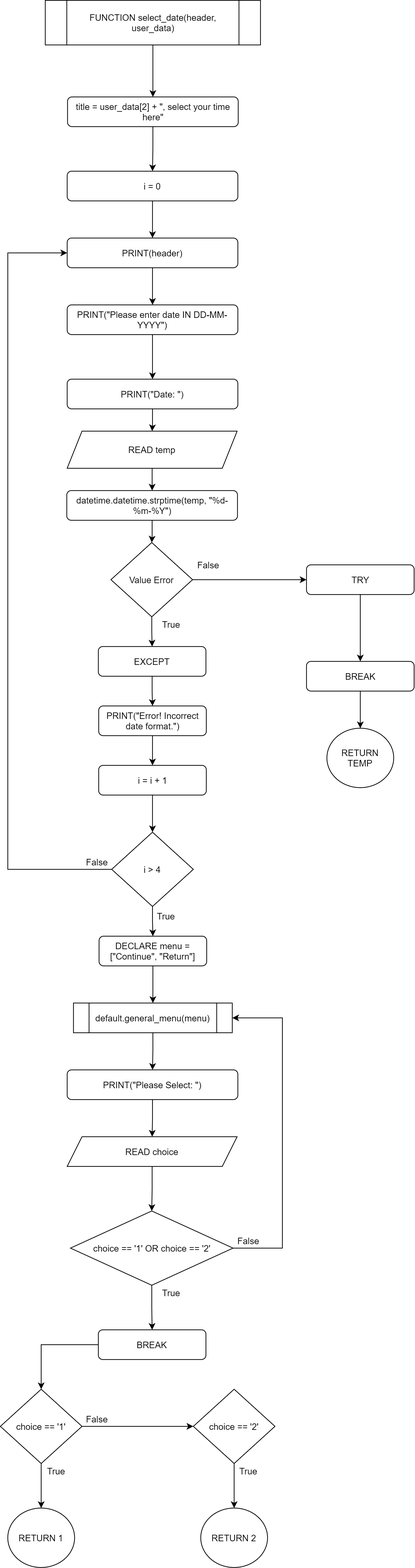
Above: Flowchart/clients/select_date.png in RabbitBear00/Car-Rental-System (draw.io), before the change. Source tidied: cells renumbered, new cells last; positions are measured from the earlier drawing's top-left corner, leaving out a move shared by most shapes.
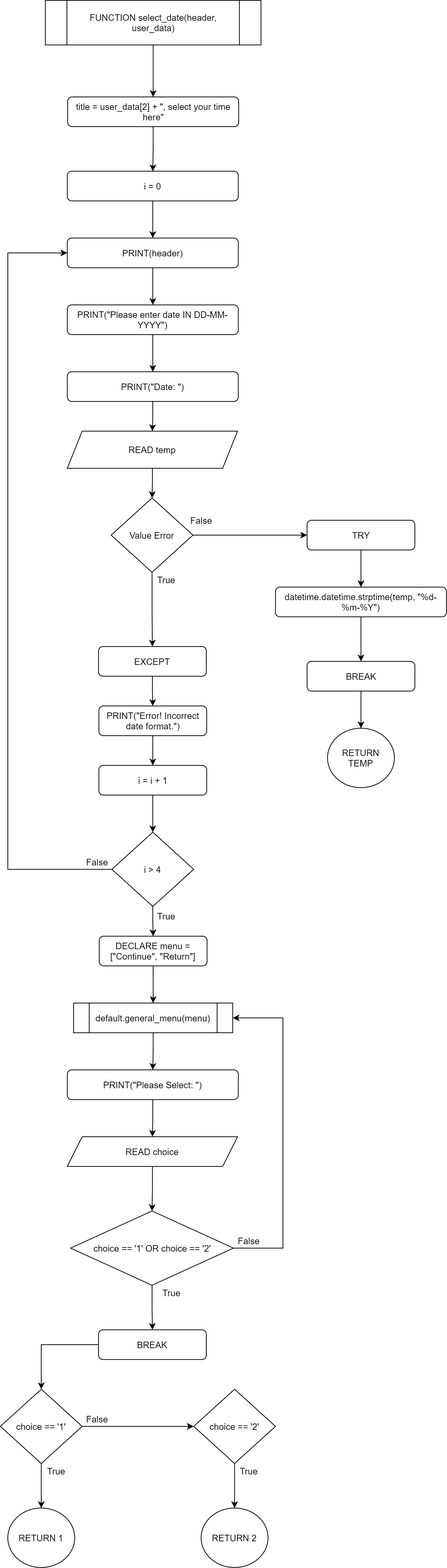
After the change.

Diff of the diagram source:
```diff
@@ -30,22 +30,22 @@
       <mxGeometry relative="1" as="geometry" />
     </mxCell>
     <mxCell id="11" value="PRINT(&quot;Date: &quot;)" style="rounded=1;whiteSpace=wrap;html=1;" parent="1" vertex="1">
-      <mxGeometry x="90" y="510" width="230" height="40" as="geometry" />
+      <mxGeometry x="90" y="500" width="230" height="40" as="geometry" />
     </mxCell>
-    <mxCell id="12" style="edgeStyle=orthogonalEdgeStyle;rounded=0;jettySize=auto;html=1;" parent="1" edge="1" source="13" target="61">
-      <mxGeometry relative="1" as="geometry" />
-    </mxCell>
+    <mxCell id="64" style="edgeStyle=orthogonalEdgeStyle;rounded=0;jettySize=auto;html=1;entryX=0.5;entryY=0;entryDx=0;entryDy=0;" parent="1" edge="1" source="13" target="16">
+      <mxGeometry relative="1" as="geometry" />
+    </mxCell>
     <mxCell id="13" value="READ temp" style="shape=parallelogram;perimeter=parallelogramPerimeter;whiteSpace=wrap;html=1;fixedSize=1;" parent="1" vertex="1">
       <mxGeometry x="90" y="580" width="229" height="50" as="geometry" />
     </mxCell>
     <mxCell id="14" style="edgeStyle=orthogonalEdgeStyle;rounded=0;jettySize=auto;html=1;" parent="1" edge="1" source="16" target="26">
       <mxGeometry relative="1" as="geometry" />
     </mxCell>
-    <mxCell id="15" style="edgeStyle=orthogonalEdgeStyle;rounded=0;jettySize=auto;html=1;" parent="1" edge="1" source="16" target="24">
+    <mxCell id="15" style="edgeStyle=orthogonalEdgeStyle;rounded=0;jettySize=auto;html=1;entryX=0;entryY=0.5;entryDx=0;entryDy=0;" parent="1" edge="1" source="16" target="24">
       <mxGeometry relative="1" as="geometry" />
     </mxCell>
     <mxCell id="16" value="Value Error" style="rhombus;whiteSpace=wrap;html=1;" parent="1" vertex="1">
-      <mxGeometry x="149" y="730" width="110" height="100" as="geometry" />
+      <mxGeometry x="149" y="670" width="110" height="100" as="geometry" />
     </mxCell>
     <mxCell id="17" style="edgeStyle=orthogonalEdgeStyle;rounded=0;jettySize=auto;html=1;" parent="1" edge="1" source="18" target="28">
       <mxGeometry relative="1" as="geometry" />
@@ -60,16 +60,16 @@
       <mxGeometry x="412.5" y="890" width="145" height="40" as="geometry" />
     </mxCell>
     <mxCell id="21" value="True" style="text;html=1;align=center;verticalAlign=middle;strokeColor=none;" parent="1" vertex="1">
-      <mxGeometry x="210" y="830" width="40" height="20" as="geometry" />
+      <mxGeometry x="203" y="770" width="40" height="20" as="geometry" />
     </mxCell>
     <mxCell id="22" value="False" style="text;html=1;align=center;verticalAlign=middle;strokeColor=none;" parent="1" vertex="1">
-      <mxGeometry x="260" y="750" width="40" height="20" as="geometry" />
+      <mxGeometry x="250" y="690" width="40" height="20" as="geometry" />
     </mxCell>
-    <mxCell id="23" style="edgeStyle=orthogonalEdgeStyle;rounded=0;jettySize=auto;html=1;entryX=0.5;entryY=0;entryDx=0;entryDy=0;" parent="1" edge="1" source="24" target="20">
-      <mxGeometry relative="1" as="geometry" />
-    </mxCell>
+    <mxCell id="65" style="edgeStyle=orthogonalEdgeStyle;rounded=0;jettySize=auto;html=1;entryX=0.5;entryY=0;entryDx=0;entryDy=0;" parent="1" edge="1" source="24" target="61">
+      <mxGeometry relative="1" as="geometry" />
+    </mxCell>
     <mxCell id="24" value="TRY" style="rounded=1;whiteSpace=wrap;html=1;" parent="1" vertex="1">
-      <mxGeometry x="412.5" y="760" width="145" height="40" as="geometry" />
+      <mxGeometry x="412.5" y="700" width="145" height="40" as="geometry" />
     </mxCell>
     <mxCell id="25" style="edgeStyle=orthogonalEdgeStyle;rounded=0;jettySize=auto;html=1;" parent="1" edge="1" source="26" target="18">
       <mxGeometry relative="1" as="geometry" />
@@ -186,17 +186,17 @@
     <mxCell id="59" value="True" style="text;html=1;align=center;verticalAlign=middle;strokeColor=none;" parent="1" vertex="1">
       <mxGeometry x="313.5" y="1970" width="40" height="20" as="geometry" />
     </mxCell>
-    <mxCell id="60" style="edgeStyle=orthogonalEdgeStyle;rounded=0;jettySize=auto;html=1;" parent="1" edge="1" source="61" target="16">
-      <mxGeometry relative="1" as="geometry" />
-    </mxCell>
-    <mxCell id="61" value="datetime.datetime.strptime(temp, &quot;%d-%m-%Y&quot;)" style="rounded=1;whiteSpace=wrap;html=1;" parent="1" vertex="1">
-      <mxGeometry x="89.5" y="660" width="230" height="40" as="geometry" />
-    </mxCell>
     <mxCell id="62" style="edgeStyle=orthogonalEdgeStyle;rounded=0;jettySize=auto;html=1;" parent="1" edge="1" source="63" target="5">
       <mxGeometry relative="1" as="geometry" />
     </mxCell>
     <mxCell id="63" value="title = user_data[2] + &quot;, select your time here&quot;" style="rounded=1;whiteSpace=wrap;html=1;" parent="1" vertex="1">
       <mxGeometry x="90.5" y="130" width="230" height="40" as="geometry" />
     </mxCell>
+    <mxCell id="66" style="edgeStyle=orthogonalEdgeStyle;rounded=0;jettySize=auto;html=1;entryX=0.5;entryY=0;entryDx=0;entryDy=0;" parent="1" edge="1" source="61" target="20">
+      <mxGeometry relative="1" as="geometry" />
+    </mxCell>
+    <mxCell id="61" value="datetime.datetime.strptime(temp, &quot;%d-%m-%Y&quot;)" style="rounded=1;whiteSpace=wrap;html=1;" parent="1" vertex="1">
+      <mxGeometry x="370" y="790" width="230" height="40" as="geometry" />
+    </mxCell>
   </root>
 </mxGraphModel>
```
